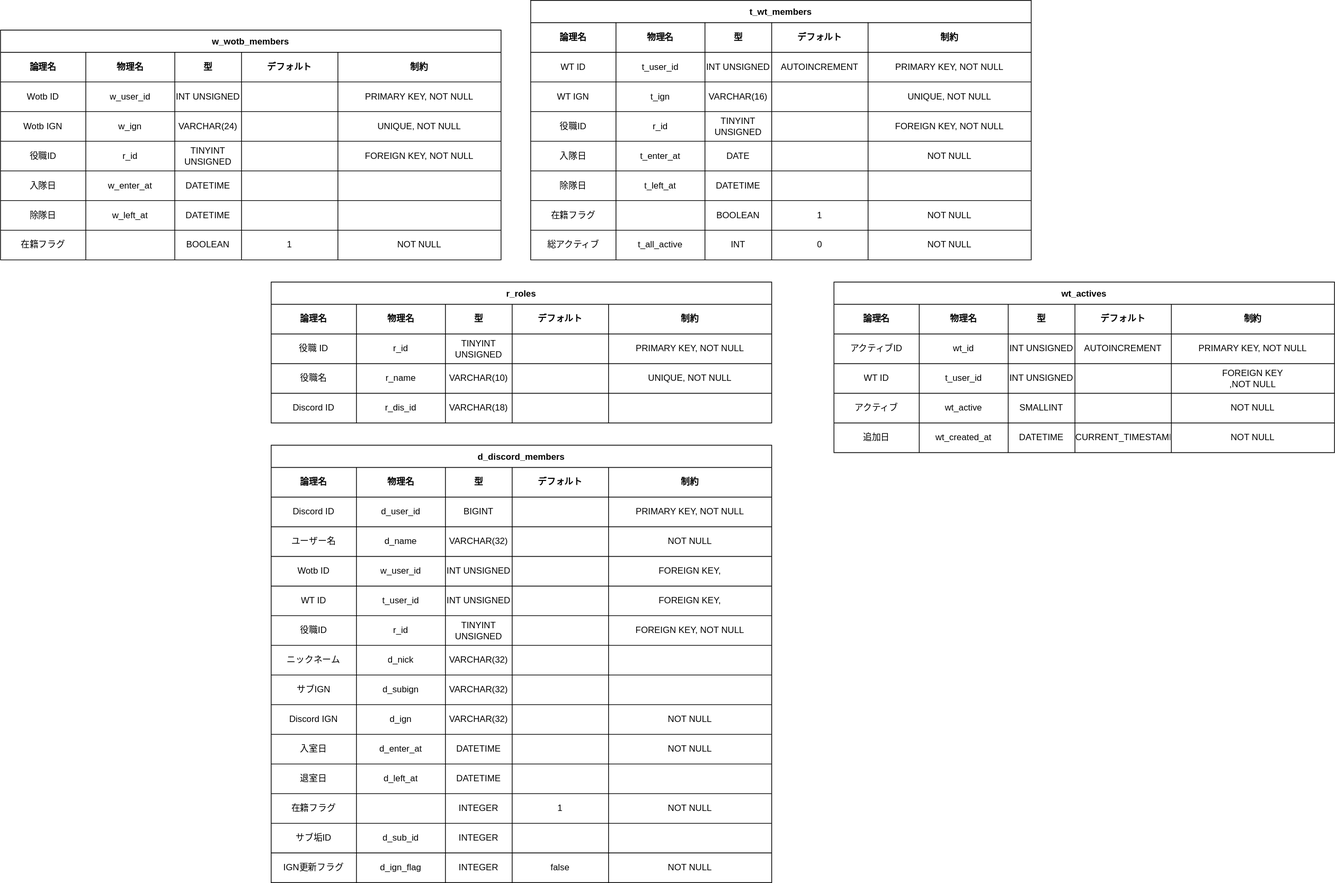
Above: doc/DB-Butsuri.drawio.svg in otazero/ClanManagementDiscordBot (draw.io), before the change. Source tidied: cells renumbered, new cells last; positions are measured from the earlier drawing's top-left corner, leaving out a move shared by most shapes.
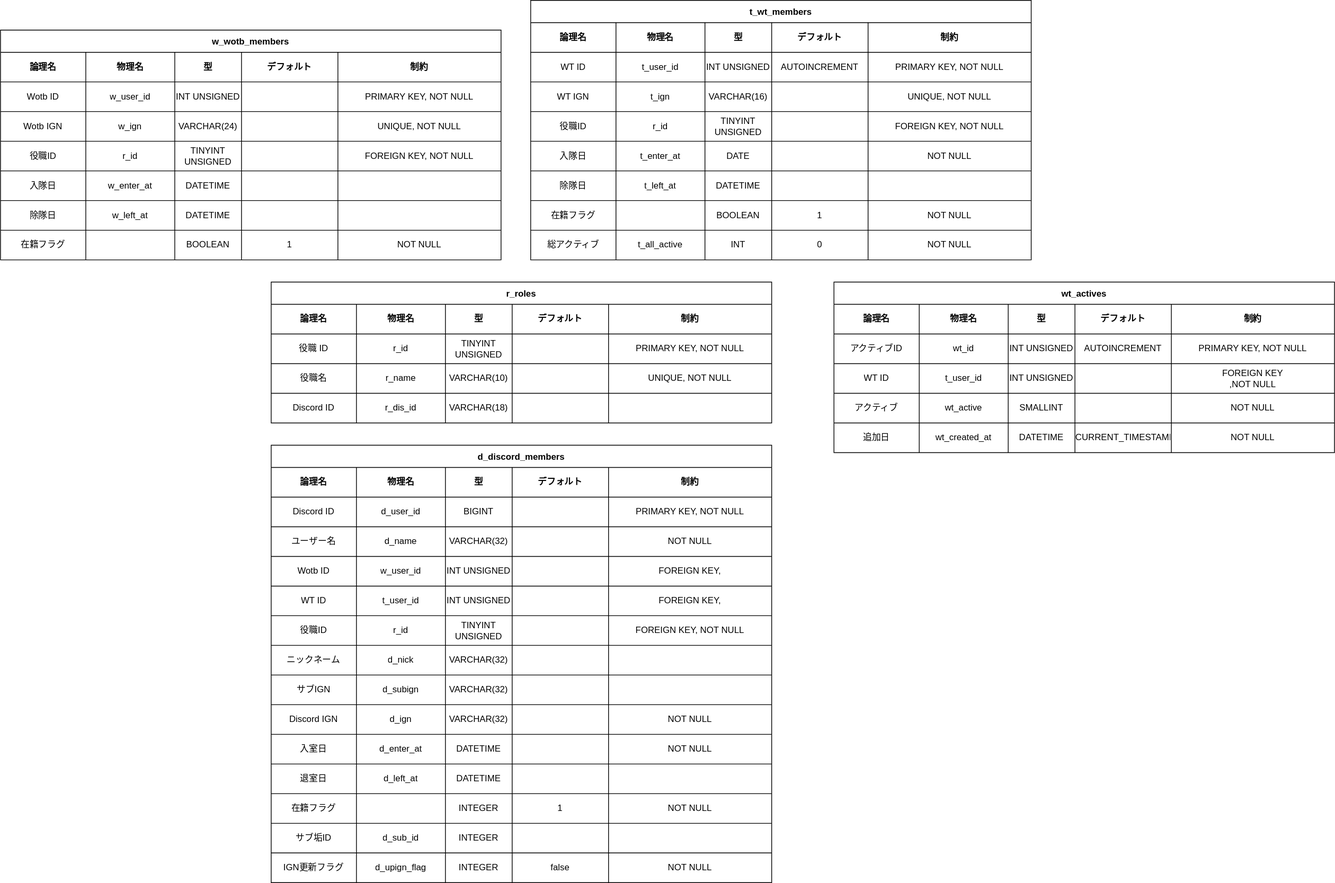
After the change.

Change to the diagram source:
```diff
@@ -611,7 +611,7 @@
     <mxCell id="204" value="IGN更新フラグ" style="shape=partialRectangle;html=1;whiteSpace=wrap;fillColor=none;top=0;left=0;bottom=0;right=0;overflow=hidden;" parent="203" vertex="1">
       <mxGeometry width="115" height="40" as="geometry" />
     </mxCell>
-    <mxCell id="205" value="d_ign_flag" style="shape=partialRectangle;html=1;whiteSpace=wrap;fillColor=none;top=0;left=0;bottom=0;right=0;overflow=hidden;" parent="203" vertex="1">
+    <mxCell id="205" value="d_upign_flag" style="shape=partialRectangle;html=1;whiteSpace=wrap;fillColor=none;top=0;left=0;bottom=0;right=0;overflow=hidden;" parent="203" vertex="1">
       <mxGeometry x="115" width="120" height="40" as="geometry" />
     </mxCell>
     <mxCell id="206" value="&lt;span&gt;INTEGER&lt;/span&gt;" style="shape=partialRectangle;html=1;whiteSpace=wrap;fillColor=none;top=0;left=0;bottom=0;right=0;overflow=hidden;" parent="203" vertex="1">
```
